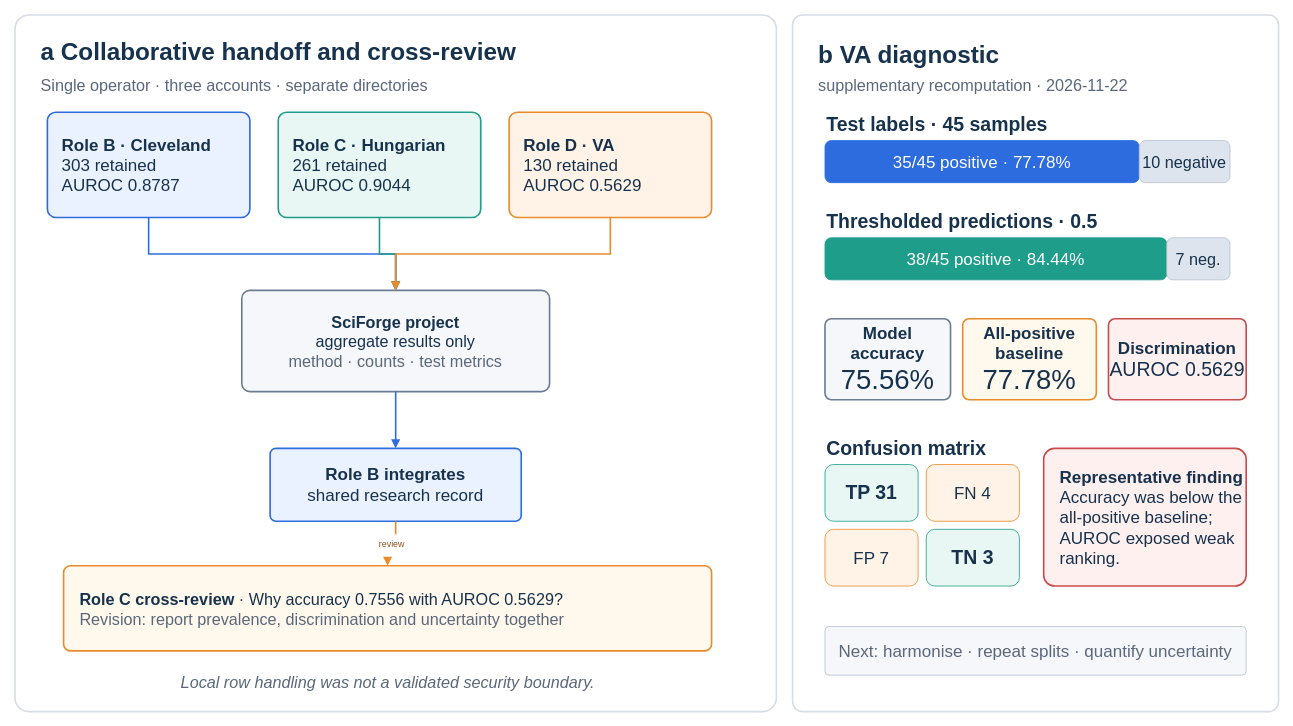
Earlier version of the draw.io diagram paper/case-02-heart-disease/figures/fig5_heart_disease.drawio (MultiHugo/sciforge-heart-disease-collaboration). Source tidied: cells renumbered, new cells numbered last; positions are measured from the earlier drawing's top-left corner, leaving out a move shared by most shapes. Both pictures are drawn from the tidied source at 81%, with x=0, y=0 at pixel (15, 15).
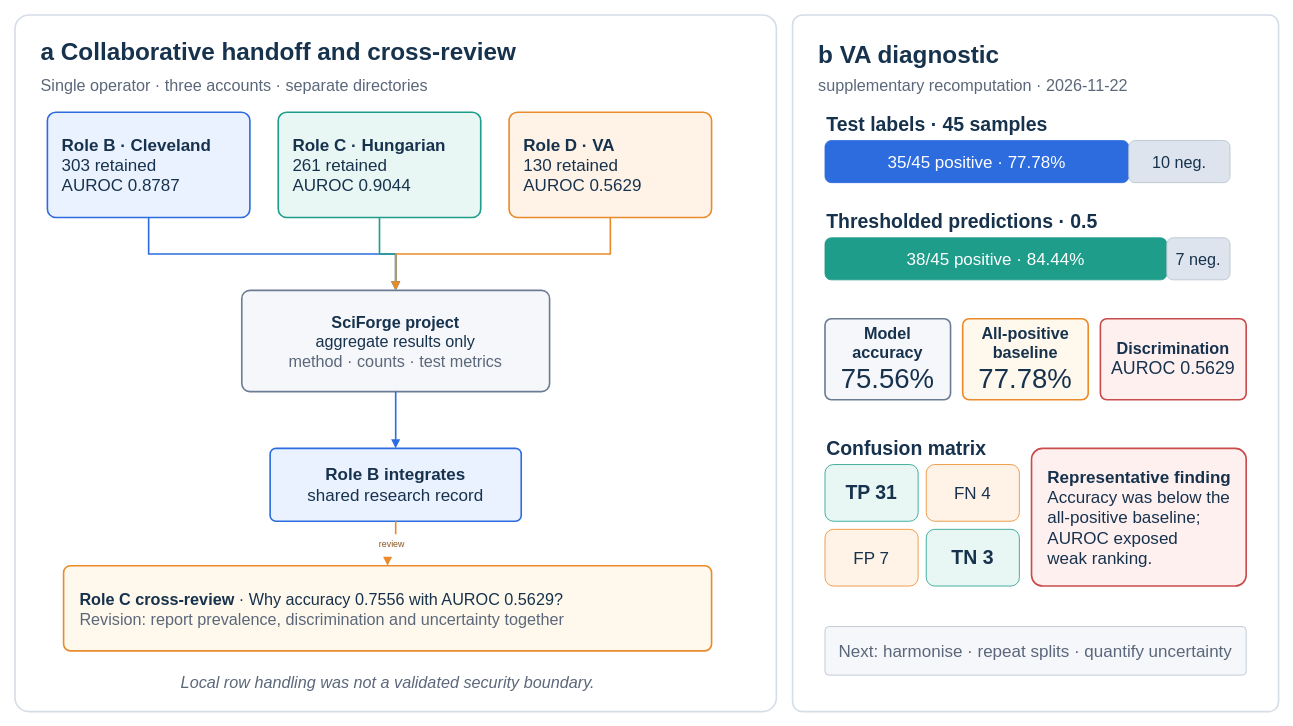
Above is the later version.

Commit message (it also covers changes not shown here):
fix: polish Heart Disease publication figure

The edit, as a diff of the source:
```diff
@@
     <mxCell id="21" value="35/45 positive · 77.78%" style="rounded=1;whiteSpace=wrap;html=1;fillColor=#2D6CDF;strokeColor=#2D6CDF;fontColor=#FFFFFF;fontSize=21;" parent="1" vertex="1">
-      <mxGeometry x="1000" y="155" width="388" height="52" as="geometry" />
+      <mxGeometry x="1000" y="155" width="375" height="52" as="geometry" />
     </mxCell>
-    <mxCell id="22" value="10 negative" style="rounded=1;whiteSpace=wrap;html=1;fillColor=#DDE4ED;strokeColor=#B6C1CF;fontColor=#17324D;fontSize=20;" parent="1" vertex="1">
-      <mxGeometry x="1388" y="155" width="112" height="52" as="geometry" />
+    <mxCell id="22" value="10 neg." style="rounded=1;whiteSpace=wrap;html=1;fillColor=#DDE4ED;strokeColor=#B6C1CF;fontColor=#17324D;fontSize=20;" parent="1" vertex="1">
+      <mxGeometry x="1375" y="155" width="125" height="52" as="geometry" />
     </mxCell>
@@
-    <mxCell id="26" value="&lt;b&gt;Model accuracy&lt;/b&gt;&lt;br&gt;&lt;font style=&quot;font-size:34px&quot;&gt;75.56%&lt;/font&gt;" style="rounded=1;whiteSpace=wrap;html=1;fillColor=#F5F7FA;strokeColor=#6B7C93;strokeWidth=2;arcSize=8;fontSize=21;fontColor=#17324D;" parent="1" vertex="1">
+    <mxCell id="26" value="&lt;b&gt;Model&lt;/b&gt;&lt;br&gt;&lt;b&gt;accuracy&lt;/b&gt;&lt;br&gt;&lt;font style=&quot;font-size:34px&quot;&gt;75.56%&lt;/font&gt;" style="rounded=1;whiteSpace=wrap;html=1;fillColor=#F5F7FA;strokeColor=#6B7C93;strokeWidth=2;arcSize=8;fontSize=20;fontColor=#17324D;" parent="1" vertex="1">
       <mxGeometry x="1000" y="375" width="155" height="100" as="geometry" />
     </mxCell>
-    <mxCell id="27" value="&lt;b&gt;All-positive&lt;/b&gt;&lt;br&gt;&lt;b&gt;baseline&lt;/b&gt;&lt;br&gt;&lt;font style=&quot;font-size:34px&quot;&gt;77.78%&lt;/font&gt;" style="rounded=1;whiteSpace=wrap;html=1;fillColor=#FFF8EC;strokeColor=#E98B2A;strokeWidth=2;arcSize=8;fontSize=21;fontColor=#17324D;" parent="1" vertex="1">
-      <mxGeometry x="1170" y="375" width="165" height="100" as="geometry" />
+    <mxCell id="27" value="&lt;b&gt;All-positive&lt;/b&gt;&lt;br&gt;&lt;b&gt;baseline&lt;/b&gt;&lt;br&gt;&lt;font style=&quot;font-size:34px&quot;&gt;77.78%&lt;/font&gt;" style="rounded=1;whiteSpace=wrap;html=1;fillColor=#FFF8EC;strokeColor=#E98B2A;strokeWidth=2;arcSize=8;fontSize=20;fontColor=#17324D;" parent="1" vertex="1">
+      <mxGeometry x="1170" y="375" width="155" height="100" as="geometry" />
     </mxCell>
-    <mxCell id="28" value="&lt;b&gt;Discrimination&lt;/b&gt;&lt;br&gt;&lt;font style=&quot;font-size:24px&quot;&gt;AUROC 0.5629&lt;/font&gt;" style="rounded=1;whiteSpace=wrap;html=1;fillColor=#FFF0F0;strokeColor=#C94C4C;strokeWidth=2;arcSize=8;fontSize=21;fontColor=#17324D;" parent="1" vertex="1">
-      <mxGeometry x="1350" y="375" width="170" height="100" as="geometry" />
+    <mxCell id="28" value="&lt;b&gt;Discrimination&lt;/b&gt;&lt;br&gt;&lt;font style=&quot;font-size:22px&quot;&gt;AUROC 0.5629&lt;/font&gt;" style="rounded=1;whiteSpace=wrap;html=1;fillColor=#FFF0F0;strokeColor=#C94C4C;strokeWidth=2;arcSize=8;fontSize=20;fontColor=#17324D;" parent="1" vertex="1">
+      <mxGeometry x="1340" y="375" width="180" height="100" as="geometry" />
     </mxCell>
@@
-    <mxCell id="34" value="&lt;b&gt;Representative finding&lt;/b&gt;&lt;br&gt;Accuracy was below the all-positive baseline; AUROC exposed weak ranking." style="rounded=1;whiteSpace=wrap;html=1;fillColor=#FFF0F0;strokeColor=#C94C4C;strokeWidth=2;arcSize=8;fontSize=21;fontColor=#17324D;align=left;spacingLeft=18;" parent="1" vertex="1">
-      <mxGeometry x="1270" y="535" width="250" height="170" as="geometry" />
+    <mxCell id="34" value="&lt;b&gt;Representative finding&lt;/b&gt;&lt;br&gt;Accuracy was below the&lt;br&gt;all-positive baseline;&lt;br&gt;AUROC exposed&lt;br&gt;weak ranking." style="rounded=1;whiteSpace=wrap;html=1;fillColor=#FFF0F0;strokeColor=#C94C4C;strokeWidth=2;arcSize=8;fontSize=21;fontColor=#17324D;align=left;spacingLeft=18;" parent="1" vertex="1">
+      <mxGeometry x="1255" y="535" width="265" height="170" as="geometry" />
     </mxCell>
```
